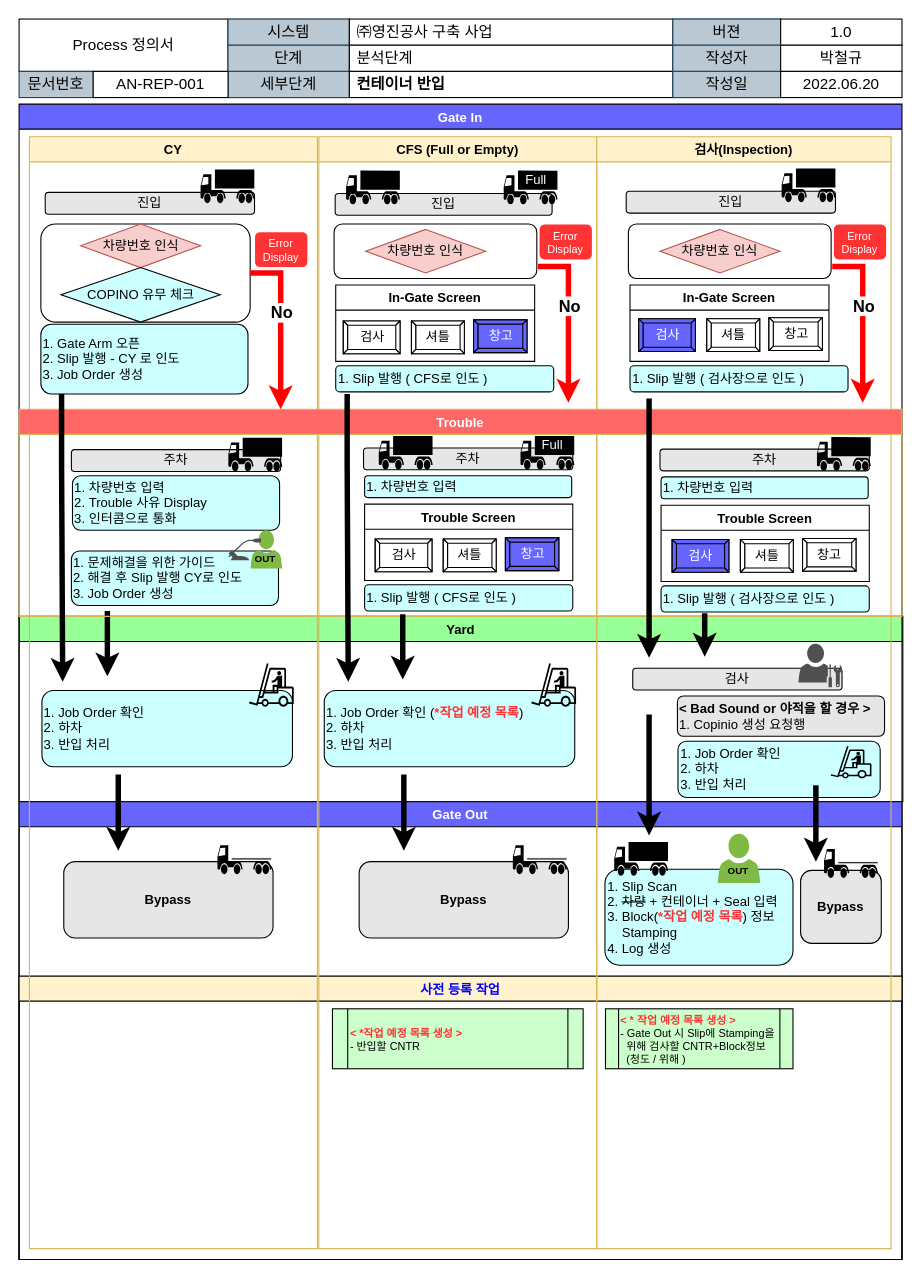
Before: page "Gate(반입)" (1 of 4) of 산출물/프로세스 명세서.drawio in yabadadu/-, a draw.io diagram. Source tidied: cells renumbered, new cells numbered last; positions are measured from the earlier drawing's top-left corner, leaving out a move shared by most shapes. Both pictures are drawn from the tidied source at 109%, with x=0, y=0 at pixel (19, 19).
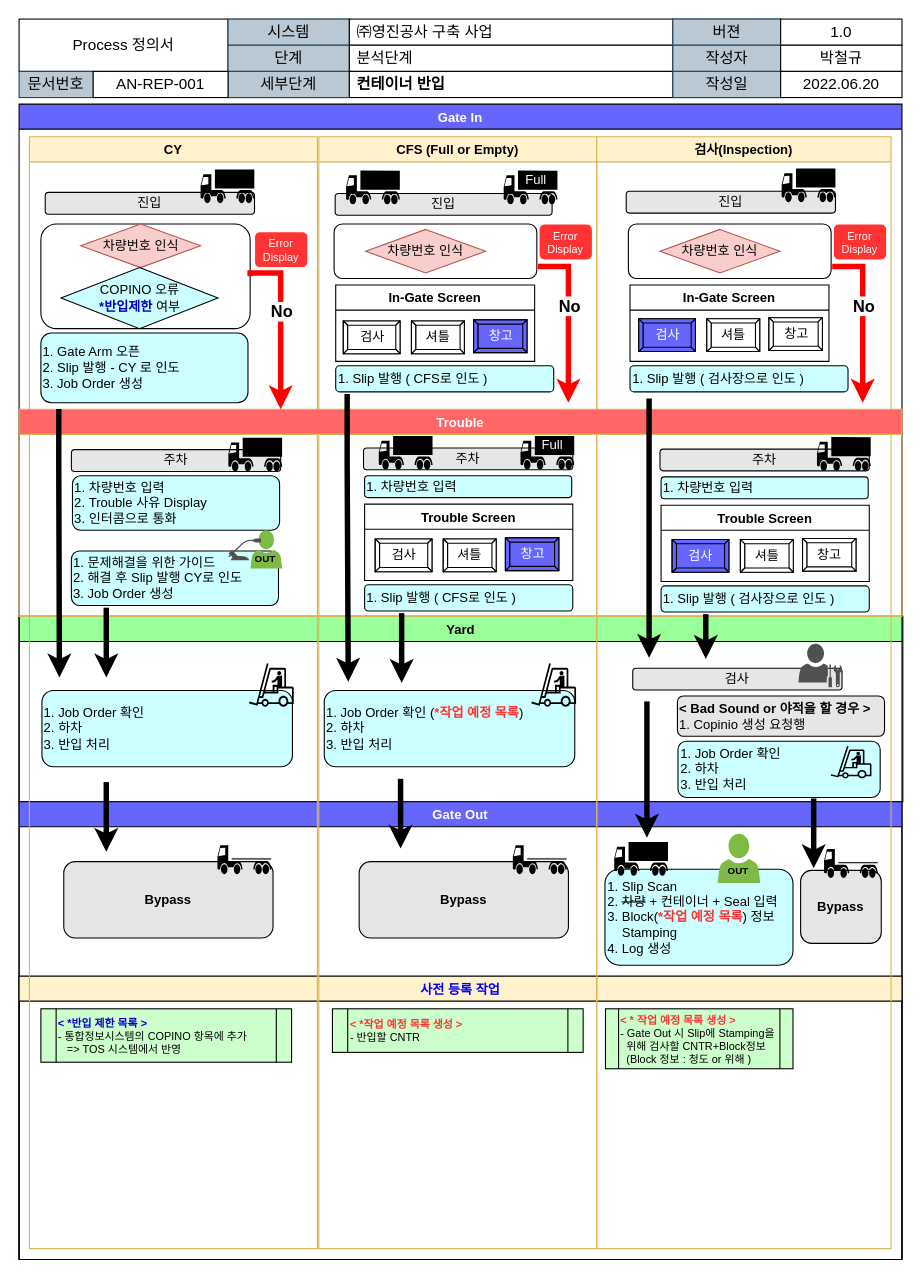
Above is the later version.

Unchanged cells that the change refers to:
```xml
<mxCell id="2" value="Yard" style="swimlane;fillColor=#99FF99;strokeColor=#000000;fontColor=#000000;" parent="1" vertex="1">
  <mxGeometry y="548" width="810.8" height="170" as="geometry" />
</mxCell>
<mxCell id="23" value="CY" style="swimlane;fillColor=#fff2cc;strokeColor=#d6b656;" parent="10" vertex="1">
  <mxGeometry x="9.5" y="30" width="264.2" height="1020" as="geometry" />
</mxCell>
<mxCell id="32" value="CFS (Full or Empty)" style="swimlane;fillColor=#fff2cc;strokeColor=#d6b656;" parent="10" vertex="1">
  <mxGeometry x="275" y="30" width="255" height="1020" as="geometry" />
</mxCell>
<mxCell id="49" value="검사(Inspection)" style="swimlane;fillColor=#fff2cc;strokeColor=#D6B656;" parent="10" vertex="1">
  <mxGeometry x="530" y="30" width="270" height="1020" as="geometry" />
</mxCell>
<mxCell id="52" value="Trouble" style="swimlane;fillColor=#FF6666;strokeColor=#d6b656;fontColor=#FFFFFF;startSize=23;" parent="49" vertex="1">
  <mxGeometry x="-530" y="250" width="810" height="190" as="geometry" />
</mxCell>
```

The edit, as a diff of the source:
```diff
@@
-    <mxCell id="9" style="edgeStyle=orthogonalEdgeStyle;rounded=0;orthogonalLoop=1;jettySize=auto;html=1;strokeWidth=5;" parent="2" edge="1">
-      <mxGeometry relative="1" as="geometry">
-        <mxPoint x="81" y="-5" as="sourcePoint" />
-        <mxPoint x="81" y="55" as="targetPoint" />
-        <Array as="points">
-          <mxPoint x="81.3" y="45.8" />
-          <mxPoint x="81.3" y="45.8" />
-        </Array>
-      </mxGeometry>
-    </mxCell>
@@
     <mxCell id="25" value="1. Gate Arm 오픈&lt;br&gt;2. Slip 발행 - CY 로 인도&lt;br&gt;3. Job Order 생성" style="rounded=1;whiteSpace=wrap;html=1;align=left;fillColor=#CCFFFF;" parent="23" vertex="1">
-      <mxGeometry x="10.5" y="172" width="190" height="64" as="geometry" />
+      <mxGeometry x="10.5" y="180" width="190" height="64" as="geometry" />
     </mxCell>
@@
     <mxCell id="28" value="&lt;div style=&quot;text-align: center;&quot;&gt;&lt;/div&gt;" style="rounded=1;whiteSpace=wrap;html=1;align=left;" parent="23" vertex="1">
-      <mxGeometry x="10.5" y="80" width="192" height="90" as="geometry" />
+      <mxGeometry x="10.5" y="80" width="192" height="96" as="geometry" />
     </mxCell>
@@
-    <mxCell id="30" value="COPINO 유무 체크" style="rhombus;whiteSpace=wrap;html=1;labelBackgroundColor=none;fillColor=#CCFFFF;" parent="23" vertex="1">
-      <mxGeometry x="29" y="120" width="146" height="50" as="geometry" />
+    <mxCell id="30" value="COPINO 오류&lt;br&gt;&lt;b style=&quot;&quot;&gt;&lt;font color=&quot;#0000cc&quot;&gt;*반입제한&lt;/font&gt;&lt;/b&gt; 여부" style="rhombus;whiteSpace=wrap;html=1;labelBackgroundColor=none;fillColor=#CCFFFF;" parent="23" vertex="1">
+      <mxGeometry x="29" y="120" width="144" height="56" as="geometry" />
     </mxCell>
@@
+    <mxCell id="139" value="&lt;font color=&quot;#0000cc&quot;&gt;&lt;b&gt;&amp;lt; *반입 제한 목록&lt;/b&gt;&lt;b&gt;&amp;nbsp;&amp;gt;&lt;/b&gt;&lt;/font&gt;&lt;br&gt;- 통합정보시스템의 COPINO 항목에 추가&lt;br&gt;&amp;nbsp; &amp;nbsp;=&amp;gt; TOS 시스템에서 반영" style="shape=process;whiteSpace=wrap;html=1;backgroundOutline=1;fontSize=10;fontColor=#000000;fillColor=#CCFFCC;size=0.06289308176100629;align=left;" parent="23" vertex="1">
+      <mxGeometry x="10.5" y="800" width="230" height="49" as="geometry" />
+    </mxCell>
@@
     <mxCell id="48" value="&lt;b&gt;&lt;font color=&quot;#ff3333&quot;&gt;&amp;lt; *작업 예정 목록 생성&lt;/font&gt;&lt;/b&gt;&lt;b&gt;&lt;font color=&quot;#ff3333&quot;&gt;&amp;nbsp;&amp;gt;&lt;/font&gt;&lt;/b&gt;&lt;br&gt;- 반입할 CNTR&amp;nbsp;" style="shape=process;whiteSpace=wrap;html=1;backgroundOutline=1;fontSize=10;fontColor=#000000;fillColor=#CCFFCC;size=0.06289308176100629;align=left;" parent="32" vertex="1">
-      <mxGeometry x="12.5" y="800" width="230" height="55" as="geometry" />
+      <mxGeometry x="12.5" y="800" width="230" height="40" as="geometry" />
     </mxCell>
@@
-    <mxCell id="74" style="edgeStyle=orthogonalEdgeStyle;rounded=0;orthogonalLoop=1;jettySize=auto;html=1;strokeWidth=5;" parent="52" edge="1">
-      <mxGeometry relative="1" as="geometry">
-        <mxPoint x="352" y="188" as="sourcePoint" />
-        <mxPoint x="352" y="248" as="targetPoint" />
-        <Array as="points">
-          <mxPoint x="352.3" y="238.8" />
-          <mxPoint x="352.3" y="238.8" />
-        </Array>
-      </mxGeometry>
-    </mxCell>
@@
-    <mxCell id="80" style="edgeStyle=orthogonalEdgeStyle;rounded=0;orthogonalLoop=1;jettySize=auto;html=1;strokeWidth=5;" parent="52" edge="1">
-      <mxGeometry relative="1" as="geometry">
-        <mxPoint x="353" y="335" as="sourcePoint" />
-        <mxPoint x="353" y="405" as="targetPoint" />
-        <Array as="points">
-          <mxPoint x="353.3" y="395.8" />
-          <mxPoint x="353.3" y="395.8" />
-        </Array>
-      </mxGeometry>
-    </mxCell>
@@
-    <mxCell id="109" value="&lt;b&gt;&lt;font color=&quot;#ff3333&quot;&gt;&amp;lt; *&amp;nbsp;&lt;/font&gt;&lt;/b&gt;&lt;b&gt;&lt;font color=&quot;#ff3333&quot;&gt;작업 예정 목록 생성&lt;/font&gt;&lt;/b&gt;&lt;b&gt;&lt;font color=&quot;#ff3333&quot;&gt;&amp;nbsp;&amp;gt;&lt;/font&gt;&lt;/b&gt;&lt;br&gt;- Gate Out 시 Slip에 Stamping을&lt;br&gt;&amp;nbsp; 위해 검사할 CNTR+Block정보&lt;br&gt;&amp;nbsp; (청도 / 위해 )" style="shape=process;whiteSpace=wrap;html=1;backgroundOutline=1;fontSize=10;fontColor=#000000;fillColor=#CCFFCC;size=0.06976744186046512;align=left;" parent="49" vertex="1">
+    <mxCell id="109" value="&lt;b&gt;&lt;font color=&quot;#ff3333&quot;&gt;&amp;lt; *&amp;nbsp;&lt;/font&gt;&lt;/b&gt;&lt;b&gt;&lt;font color=&quot;#ff3333&quot;&gt;작업 예정 목록 생성&lt;/font&gt;&lt;/b&gt;&lt;b&gt;&lt;font color=&quot;#ff3333&quot;&gt;&amp;nbsp;&amp;gt;&lt;/font&gt;&lt;/b&gt;&lt;br&gt;- Gate Out 시 Slip에 Stamping을&lt;br&gt;&amp;nbsp; 위해 검사할 CNTR+Block정보&lt;br&gt;&amp;nbsp; (Block 정보 : 청도 or 위해 )" style="shape=process;whiteSpace=wrap;html=1;backgroundOutline=1;fontSize=10;fontColor=#000000;fillColor=#CCFFCC;size=0.06976744186046512;align=left;" parent="49" vertex="1">
       <mxGeometry x="8" y="800" width="172" height="55" as="geometry" />
     </mxCell>
@@
-    <mxCell id="133" style="edgeStyle=orthogonalEdgeStyle;rounded=0;jettySize=auto;html=1;strokeWidth=5;" parent="1" edge="1" source="25">
-      <mxGeometry relative="1" as="geometry">
-        <mxPoint x="40" y="608" as="targetPoint" />
-        <Array as="points">
-          <mxPoint x="39" y="408" />
-          <mxPoint x="39" y="408" />
-        </Array>
-      </mxGeometry>
-    </mxCell>
-    <mxCell id="134" style="edgeStyle=orthogonalEdgeStyle;rounded=0;orthogonalLoop=1;jettySize=auto;html=1;strokeWidth=5;" parent="1" edge="1">
-      <mxGeometry relative="1" as="geometry">
-        <mxPoint x="578" y="638" as="sourcePoint" />
-        <mxPoint x="578" y="749" as="targetPoint" />
-        <Array as="points">
-          <mxPoint x="578.3" y="739.8" />
-          <mxPoint x="578.3" y="739.8" />
-        </Array>
-      </mxGeometry>
-    </mxCell>
-    <mxCell id="135" style="edgeStyle=orthogonalEdgeStyle;rounded=0;orthogonalLoop=1;jettySize=auto;html=1;strokeWidth=5;" parent="1" edge="1">
-      <mxGeometry relative="1" as="geometry">
-        <mxPoint x="91" y="693" as="sourcePoint" />
-        <mxPoint x="91" y="763" as="targetPoint" />
-        <Array as="points">
-          <mxPoint x="91.3" y="753.8" />
-          <mxPoint x="91.3" y="753.8" />
-        </Array>
-      </mxGeometry>
-    </mxCell>
-    <mxCell id="136" style="edgeStyle=orthogonalEdgeStyle;rounded=0;orthogonalLoop=1;jettySize=auto;html=1;strokeWidth=5;" parent="1" edge="1">
-      <mxGeometry relative="1" as="geometry">
-        <mxPoint x="629" y="545" as="sourcePoint" />
-        <mxPoint x="629" y="585" as="targetPoint" />
-        <Array as="points">
-          <mxPoint x="629.3" y="575.8" />
-          <mxPoint x="629.3" y="575.8" />
-        </Array>
-      </mxGeometry>
-    </mxCell>
@@
-    <mxCell id="138" style="edgeStyle=orthogonalEdgeStyle;rounded=0;orthogonalLoop=1;jettySize=auto;html=1;strokeWidth=5;" parent="1" edge="1">
-      <mxGeometry relative="1" as="geometry">
-        <mxPoint x="731" y="703" as="sourcePoint" />
-        <mxPoint x="731" y="773" as="targetPoint" />
-        <Array as="points">
-          <mxPoint x="731.3" y="763.8" />
-          <mxPoint x="731.3" y="763.8" />
-        </Array>
-      </mxGeometry>
-    </mxCell>
+    <mxCell id="140" style="edgeStyle=orthogonalEdgeStyle;rounded=0;orthogonalLoop=1;jettySize=auto;html=1;strokeWidth=5;" parent="1" edge="1">
+      <mxGeometry relative="1" as="geometry">
+        <mxPoint x="351" y="545" as="sourcePoint" />
+        <mxPoint x="351" y="609" as="targetPoint" />
+        <Array as="points">
+          <mxPoint x="351.3" y="587.8" />
+          <mxPoint x="351.3" y="587.8" />
+        </Array>
+      </mxGeometry>
+    </mxCell>
+    <mxCell id="141" style="edgeStyle=orthogonalEdgeStyle;rounded=0;orthogonalLoop=1;jettySize=auto;html=1;strokeWidth=5;" parent="1" edge="1">
+      <mxGeometry relative="1" as="geometry">
+        <mxPoint x="630" y="546" as="sourcePoint" />
+        <mxPoint x="630" y="587" as="targetPoint" />
+        <Array as="points">
+          <mxPoint x="630.3" y="565.8" />
+          <mxPoint x="630.3" y="565.8" />
+        </Array>
+      </mxGeometry>
+    </mxCell>
+    <mxCell id="142" style="edgeStyle=orthogonalEdgeStyle;rounded=0;orthogonalLoop=1;jettySize=auto;html=1;strokeWidth=5;" parent="1" edge="1">
+      <mxGeometry relative="1" as="geometry">
+        <mxPoint x="729" y="715" as="sourcePoint" />
+        <mxPoint x="729" y="779" as="targetPoint" />
+        <Array as="points">
+          <mxPoint x="729.3" y="757.8" />
+          <mxPoint x="729.3" y="757.8" />
+        </Array>
+      </mxGeometry>
+    </mxCell>
+    <mxCell id="143" style="edgeStyle=orthogonalEdgeStyle;rounded=0;orthogonalLoop=1;jettySize=auto;html=1;strokeWidth=5;" parent="1" edge="1">
+      <mxGeometry relative="1" as="geometry">
+        <mxPoint x="576" y="626" as="sourcePoint" />
+        <mxPoint x="576" y="751" as="targetPoint" />
+        <Array as="points">
+          <mxPoint x="576.3" y="729.8" />
+          <mxPoint x="576.3" y="729.8" />
+        </Array>
+      </mxGeometry>
+    </mxCell>
+    <mxCell id="144" style="edgeStyle=orthogonalEdgeStyle;rounded=0;orthogonalLoop=1;jettySize=auto;html=1;strokeWidth=5;" parent="1" edge="1">
+      <mxGeometry relative="1" as="geometry">
+        <mxPoint x="350" y="697" as="sourcePoint" />
+        <mxPoint x="350" y="761" as="targetPoint" />
+        <Array as="points">
+          <mxPoint x="350.3" y="739.8" />
+          <mxPoint x="350.3" y="739.8" />
+        </Array>
+      </mxGeometry>
+    </mxCell>
+    <mxCell id="145" style="edgeStyle=orthogonalEdgeStyle;rounded=0;orthogonalLoop=1;jettySize=auto;html=1;strokeWidth=5;" parent="1" edge="1">
+      <mxGeometry relative="1" as="geometry">
+        <mxPoint x="80" y="700" as="sourcePoint" />
+        <mxPoint x="80" y="764" as="targetPoint" />
+        <Array as="points">
+          <mxPoint x="80.3" y="742.8" />
+          <mxPoint x="80.3" y="742.8" />
+        </Array>
+      </mxGeometry>
+    </mxCell>
+    <mxCell id="146" style="edgeStyle=orthogonalEdgeStyle;rounded=0;orthogonalLoop=1;jettySize=auto;html=1;strokeWidth=5;" parent="1" edge="1">
+      <mxGeometry relative="1" as="geometry">
+        <mxPoint x="80" y="540" as="sourcePoint" />
+        <mxPoint x="80" y="604" as="targetPoint" />
+        <Array as="points">
+          <mxPoint x="80.3" y="582.8" />
+          <mxPoint x="80.3" y="582.8" />
+        </Array>
+      </mxGeometry>
+    </mxCell>
+    <mxCell id="147" style="edgeStyle=orthogonalEdgeStyle;rounded=0;jettySize=auto;html=1;strokeWidth=5;exitX=0.045;exitY=-0.002;exitDx=0;exitDy=0;exitPerimeter=0;" parent="1" edge="1" source="52">
+      <mxGeometry relative="1" as="geometry">
+        <mxPoint x="37" y="604" as="targetPoint" />
+        <Array as="points">
+          <mxPoint x="37" y="404" />
+        </Array>
+      </mxGeometry>
+    </mxCell>
```
